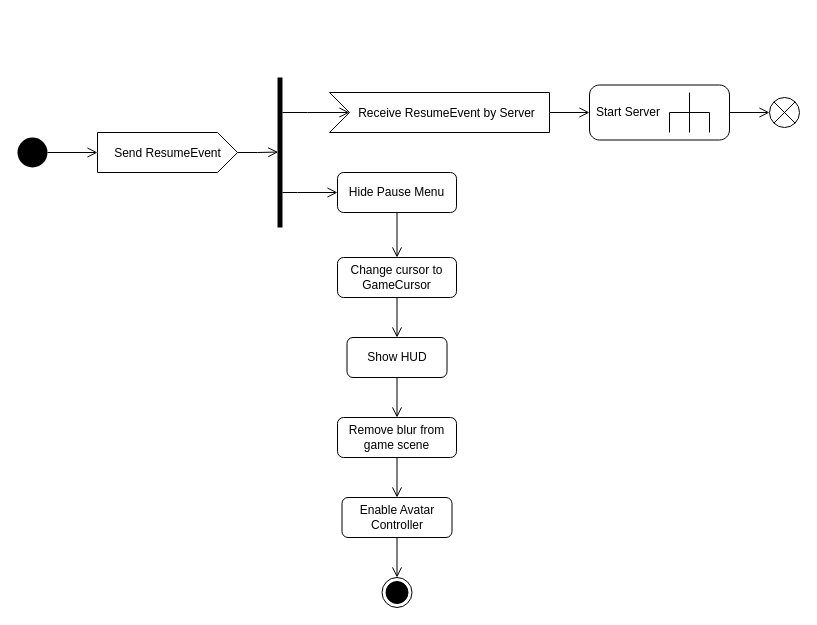
Earlier version of the draw.io diagram doc/activity_diagrams/singleplayer/resume_game.drawio (TadekBiela/heisttown). Source tidied: cells renumbered, new cells numbered last; positions are measured from the earlier drawing's top-left corner, leaving out a move shared by most shapes. Both pictures are drawn from the tidied source at 100%, with x=0, y=0 at pixel (17, 77).
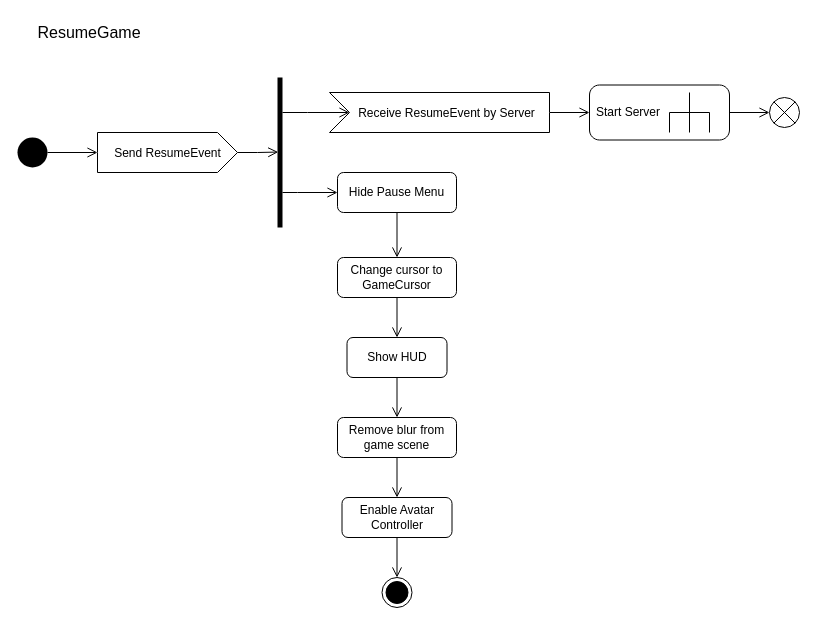
Above is the later version.

Commit message (it also covers changes not shown here):
Update resume game singleplayer activity diagram

Change to the diagram source:
```diff
@@
+    <mxCell id="25" value="ResumeGame" style="text;html=1;strokeColor=none;fillColor=none;align=center;verticalAlign=middle;whiteSpace=wrap;rounded=0;fontSize=16;" parent="1" vertex="1">
+      <mxGeometry x="22" y="-60" width="100" height="30" as="geometry" />
+    </mxCell>
```
